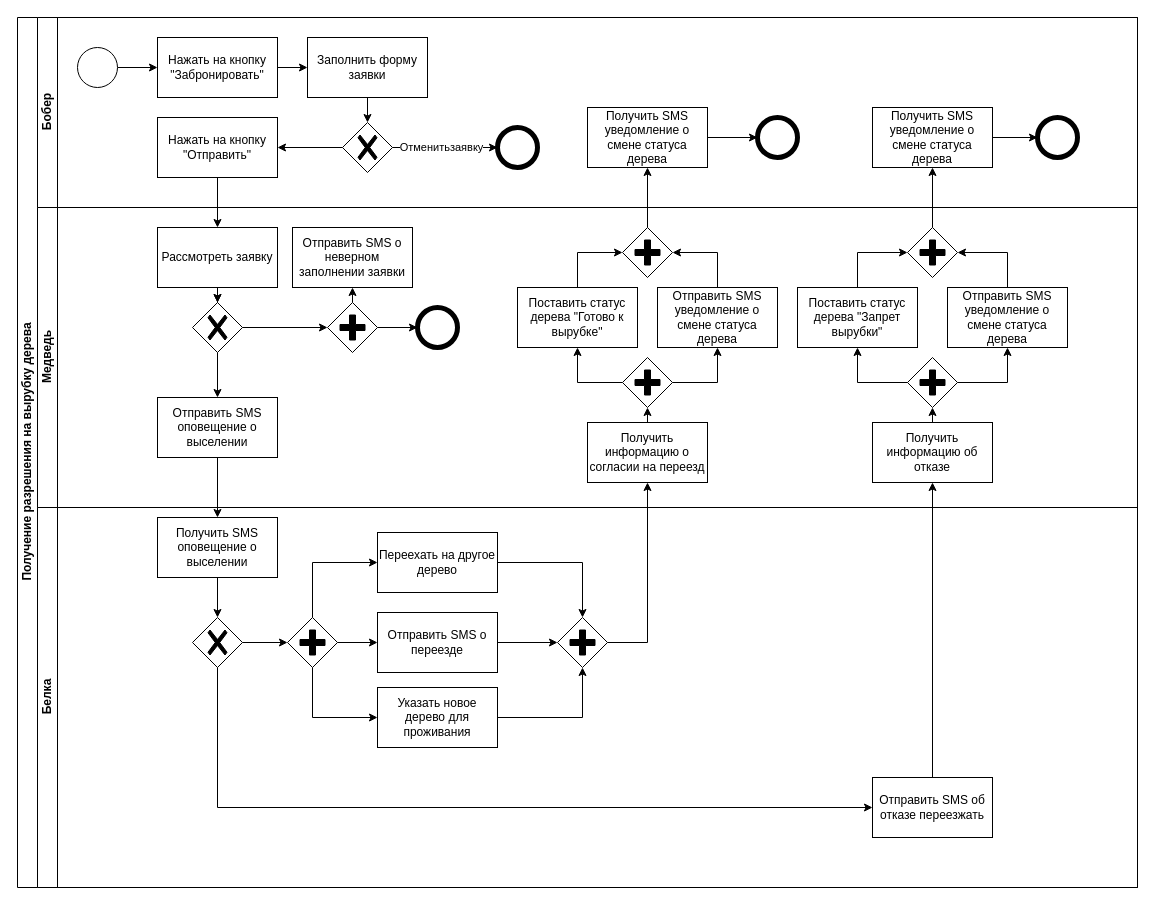
pytonuserouner/UML_study keeps this draw.io diagram as Диаграмма без названия.drawio. Above is the earlier version. Source tidied: cells renumbered, new cells numbered last; positions are measured from the earlier drawing's top-left corner, leaving out a move shared by most shapes. Both pictures are drawn from the tidied source at 100%, with x=0, y=0 at pixel (17, 17).
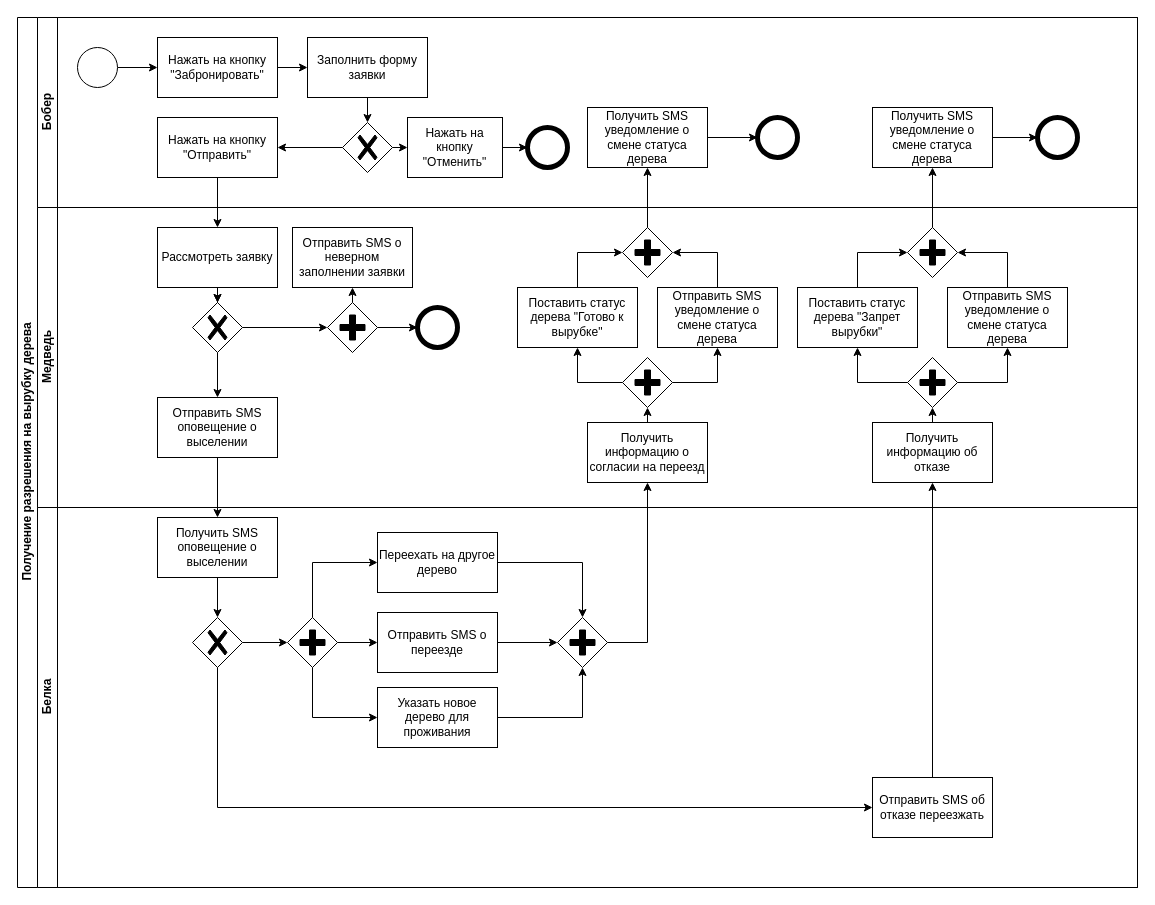
After the change.

Unchanged cells that the change refers to:
```xml
<mxCell id="3" value="Бобер" style="swimlane;html=1;startSize=20;horizontal=0;" parent="2" vertex="1">
  <mxGeometry x="20" width="1100" height="190" as="geometry" />
</mxCell>
<mxCell id="11" style="points=[[0.25,0.25,0],[0.5,0,0],[0.75,0.25,0],[1,0.5,0],[0.75,0.75,0],[0.5,1,0],[0.25,0.75,0],[0,0.5,0]];shape=mxgraph.bpmn.gateway2;html=1;verticalLabelPosition=bottom;labelBackgroundColor=#ffffff;verticalAlign=top;align=center;perimeter=rhombusPerimeter;outlineConnect=0;outline=none;symbol=none;gwType=exclusive;" parent="3" vertex="1">
  <mxGeometry x="305" y="105" width="50" height="50" as="geometry" />
</mxCell>
```

What changed in the source:
```diff
@@
     <mxCell id="7" style="ellipse;whiteSpace=wrap;html=1;strokeWidth=5;" parent="3" vertex="1">
-      <mxGeometry x="460" y="110" width="40" height="40" as="geometry" />
+      <mxGeometry x="490" y="110" width="40" height="40" as="geometry" />
     </mxCell>
@@
-    <mxCell id="14" style="endArrow=classic;html=1;rounded=0;entryX=0;entryY=0.5;entryDx=0;entryDy=0;exitX=1;exitY=0.5;exitDx=0;exitDy=0;exitPerimeter=0;" parent="3" edge="1" source="11" target="7">
+    <mxCell id="14" style="endArrow=classic;html=1;rounded=0;entryX=0;entryY=0.5;entryDx=0;entryDy=0;exitX=1;exitY=0.5;exitDx=0;exitDy=0;" parent="3" edge="1" source="79" target="7">
       <mxGeometry relative="1" as="geometry" />
     </mxCell>
-    <mxCell id="15" value="Отменитьзаявку" style="edgeLabel;html=1;align=center;verticalAlign=middle;" parent="14" vertex="1">
-      <mxGeometry x="-0.09" y="1" relative="1" as="geometry" />
-    </mxCell>
@@
+    <mxCell id="79" value="Нажать на кнопку &quot;Отменить&quot;" style="rounded=0;whiteSpace=wrap;html=1;fontFamily=Helvetica;fontSize=12;fontColor=#000000;align=center;" parent="3" vertex="1">
+      <mxGeometry x="370" y="100" width="95" height="60" as="geometry" />
+    </mxCell>
+    <mxCell id="80" style="endArrow=classic;html=1;rounded=0;exitX=1;exitY=0.5;exitDx=0;exitDy=0;exitPerimeter=0;entryX=0;entryY=0.5;entryDx=0;entryDy=0;" parent="3" edge="1" source="11" target="79">
+      <mxGeometry relative="1" as="geometry" />
+    </mxCell>
```
